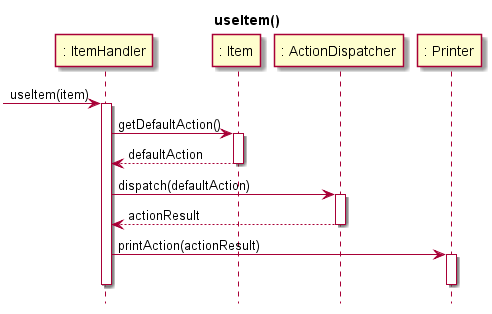
Above: Assignments/img/interaction_diagrams/use_item.png in donami/OOD-1415-markus-hederstrom (PlantUML), before the change.
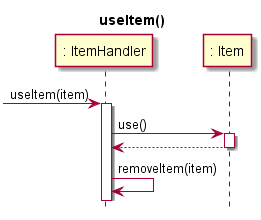
Above is the later version.

Diff of the diagram source:
```diff
@@ -3,22 +3,13 @@
 title useItem()
 participant ": ItemHandler" as ItemHandler
 participant ": Item" as Item
-participant ": ActionDispatcher" as ActionDispatcher
-participant ": Printer" as Printer
 
 [-> ItemHandler: useItem(item)
 activate ItemHandler
-ItemHandler -> Item: getDefaultAction()
+ItemHandler -> Item: use()
 activate Item
-Item --> ItemHandler: defaultAction
+Item --> ItemHandler
 deactivate Item
-ItemHandler -> ActionDispatcher: dispatch(defaultAction)
-activate ActionDispatcher
-ActionDispatcher --> ItemHandler: actionResult
-deactivate ActionDispatcher
-ItemHandler -> Printer: printAction(actionResult)
-activate Printer
-deactivate Printer
-deactivate ItemHandler
+ItemHandler -> ItemHandler: removeItem(item)
 
 @enduml
```
